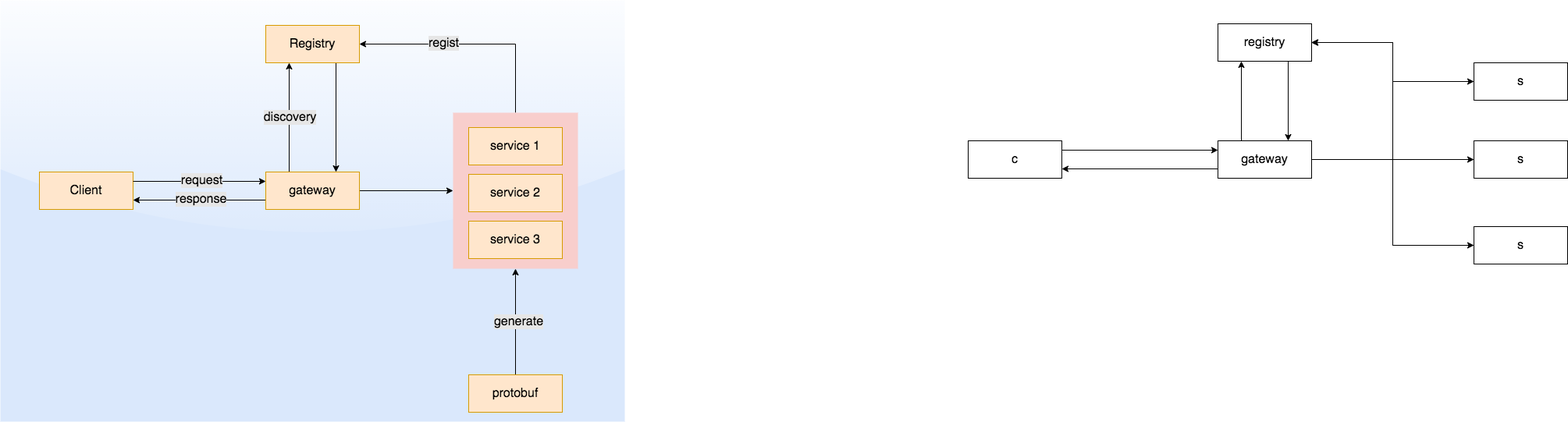
The draw.io diagram grpc.png in my-Sakura/go-micro-demo, before a commit. Source tidied: cells renumbered, new cells last; positions are measured from the earlier drawing's top-left corner, leaving out a move shared by most shapes.
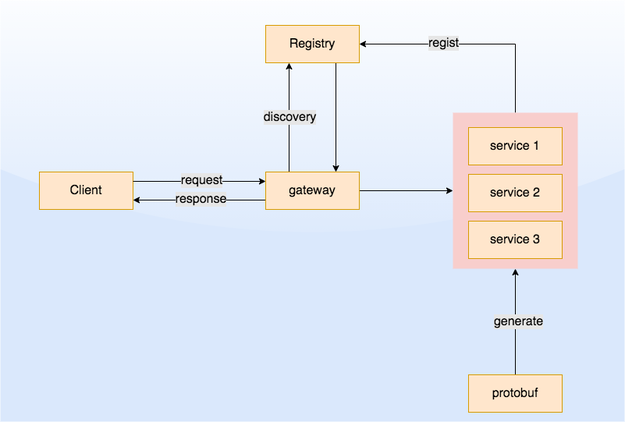
The same diagram one commit later.

What changed in the source:
```diff
@@ -56,56 +56,6 @@
     <mxCell id="19" value="&lt;span style=&quot;font-size: 16px&quot;&gt;service 3&lt;/span&gt;" style="rounded=0;whiteSpace=wrap;html=1;fillColor=#ffe6cc;strokeColor=#d79b00;" parent="1" vertex="1">
       <mxGeometry x="600" y="283" width="120" height="48" as="geometry" />
     </mxCell>
-    <mxCell id="20" style="edgeStyle=orthogonalEdgeStyle;rounded=0;jettySize=auto;html=1;exitX=0;exitY=0.75;exitDx=0;exitDy=0;entryX=1;entryY=0.75;entryDx=0;entryDy=0;" parent="1" edge="1" source="25" target="27">
-      <mxGeometry relative="1" as="geometry" />
-    </mxCell>
-    <mxCell id="21" style="edgeStyle=orthogonalEdgeStyle;rounded=0;jettySize=auto;html=1;entryX=0.25;entryY=1;entryDx=0;entryDy=0;exitX=0.25;exitY=0;exitDx=0;exitDy=0;" parent="1" edge="1" source="25" target="35">
-      <mxGeometry relative="1" as="geometry" />
-    </mxCell>
-    <mxCell id="22" style="edgeStyle=orthogonalEdgeStyle;rounded=0;jettySize=auto;html=1;entryX=0;entryY=0.5;entryDx=0;entryDy=0;" parent="1" edge="1" source="25" target="31">
-      <mxGeometry relative="1" as="geometry" />
-    </mxCell>
-    <mxCell id="23" style="edgeStyle=orthogonalEdgeStyle;rounded=0;jettySize=auto;html=1;entryX=0;entryY=0.5;entryDx=0;entryDy=0;" parent="1" edge="1" source="25" target="29">
-      <mxGeometry relative="1" as="geometry" />
-    </mxCell>
-    <mxCell id="24" style="edgeStyle=orthogonalEdgeStyle;rounded=0;jettySize=auto;html=1;entryX=0;entryY=0.5;entryDx=0;entryDy=0;" parent="1" edge="1" source="25" target="33">
-      <mxGeometry relative="1" as="geometry" />
-    </mxCell>
-    <mxCell id="25" value="&lt;span style=&quot;font-size: 16px&quot;&gt;gateway&lt;/span&gt;" style="rounded=0;whiteSpace=wrap;html=1;" parent="1" vertex="1">
-      <mxGeometry x="1560" y="180" width="120" height="48" as="geometry" />
-    </mxCell>
-    <mxCell id="26" style="edgeStyle=orthogonalEdgeStyle;rounded=0;jettySize=auto;html=1;exitX=1;exitY=0.25;exitDx=0;exitDy=0;entryX=0;entryY=0.25;entryDx=0;entryDy=0;" parent="1" edge="1" source="27" target="25">
-      <mxGeometry relative="1" as="geometry" />
-    </mxCell>
-    <mxCell id="27" value="&lt;font style=&quot;font-size: 16px&quot;&gt;c&lt;/font&gt;" style="rounded=0;whiteSpace=wrap;html=1;" parent="1" vertex="1">
-      <mxGeometry x="1240" y="180" width="120" height="48" as="geometry" />
-    </mxCell>
-    <mxCell id="28" style="edgeStyle=orthogonalEdgeStyle;rounded=0;jettySize=auto;html=1;entryX=1;entryY=0.5;entryDx=0;entryDy=0;" parent="1" edge="1" source="29" target="35">
-      <mxGeometry relative="1" as="geometry" />
-    </mxCell>
-    <mxCell id="29" value="&lt;font style=&quot;font-size: 16px&quot;&gt;s&lt;/font&gt;" style="rounded=0;whiteSpace=wrap;html=1;" parent="1" vertex="1">
-      <mxGeometry x="1888" y="80" width="120" height="48" as="geometry" />
-    </mxCell>
-    <mxCell id="30" style="edgeStyle=orthogonalEdgeStyle;rounded=0;jettySize=auto;html=1;entryX=1;entryY=0.5;entryDx=0;entryDy=0;" parent="1" edge="1" source="31" target="35">
-      <mxGeometry relative="1" as="geometry" />
-    </mxCell>
-    <mxCell id="31" value="&lt;font style=&quot;font-size: 16px&quot;&gt;s&lt;/font&gt;" style="rounded=0;whiteSpace=wrap;html=1;" parent="1" vertex="1">
-      <mxGeometry x="1888" y="180" width="120" height="48" as="geometry" />
-    </mxCell>
-    <mxCell id="32" style="edgeStyle=orthogonalEdgeStyle;rounded=0;jettySize=auto;html=1;entryX=1;entryY=0.5;entryDx=0;entryDy=0;" parent="1" edge="1" source="33" target="35">
-      <mxGeometry relative="1" as="geometry" />
-    </mxCell>
-    <mxCell id="33" value="&lt;font style=&quot;font-size: 16px&quot;&gt;s&lt;/font&gt;" style="rounded=0;whiteSpace=wrap;html=1;" parent="1" vertex="1">
-      <mxGeometry x="1888" y="290" width="120" height="48" as="geometry" />
-    </mxCell>
-    <mxCell id="34" style="edgeStyle=orthogonalEdgeStyle;rounded=0;jettySize=auto;html=1;exitX=0.75;exitY=1;exitDx=0;exitDy=0;" parent="1" edge="1" source="35">
-      <mxGeometry relative="1" as="geometry">
-        <mxPoint x="1650" y="180" as="targetPoint" />
-      </mxGeometry>
-    </mxCell>
-    <mxCell id="35" value="&lt;span style=&quot;font-size: 16px&quot;&gt;registry&lt;/span&gt;" style="rounded=0;whiteSpace=wrap;html=1;" parent="1" vertex="1">
-      <mxGeometry x="1560" y="30" width="120" height="48" as="geometry" />
-    </mxCell>
     <mxCell id="36" style="edgeStyle=orthogonalEdgeStyle;rounded=0;jettySize=auto;html=1;entryX=0.5;entryY=1;entryDx=0;entryDy=0;" parent="1" edge="1" source="38" target="5">
       <mxGeometry relative="1" as="geometry" />
     </mxCell>
```
